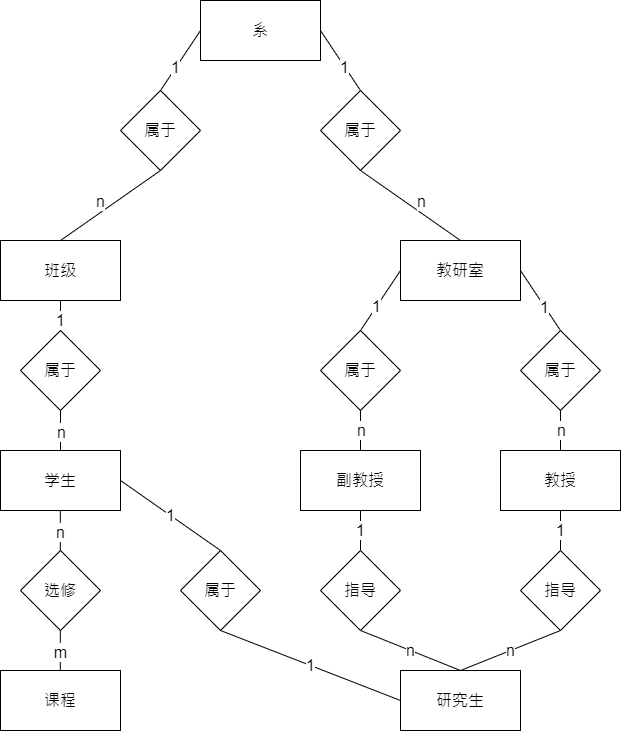
Before: 7.7.drawio.png, a diagram exported from draw.io (VA1ue-0268/-ER-). Source tidied: cells renumbered, new cells last; positions are measured from the earlier drawing's top-left corner, leaving out a move shared by most shapes. Source of this version:
```xml
<mxGraphModel>
  <root>
    <mxCell id="0" />
    <mxCell id="1" parent="0" />
    <mxCell id="2" value="&lt;font style=&quot;font-size: 16px;&quot;&gt;系&lt;/font&gt;" style="rounded=0;whiteSpace=wrap;html=1;" parent="1" vertex="1">
      <mxGeometry x="200" width="120" height="60" as="geometry" />
    </mxCell>
    <mxCell id="3" value="属于" style="rhombus;whiteSpace=wrap;html=1;fontSize=16;" parent="1" vertex="1">
      <mxGeometry x="120" y="90" width="80" height="80" as="geometry" />
    </mxCell>
    <mxCell id="4" value="属于" style="rhombus;whiteSpace=wrap;html=1;fontSize=16;" parent="1" vertex="1">
      <mxGeometry x="320" y="90" width="80" height="80" as="geometry" />
    </mxCell>
    <mxCell id="5" style="endArrow=none;html=1;rounded=0;fontSize=16;entryX=0;entryY=0.5;entryDx=0;entryDy=0;exitX=0.5;exitY=0;exitDx=0;exitDy=0;" parent="1" edge="1" source="3" target="2">
      <mxGeometry relative="1" as="geometry" />
    </mxCell>
    <mxCell id="6" value="1" style="edgeLabel;html=1;align=center;verticalAlign=middle;fontSize=16;" parent="5" vertex="1">
      <mxGeometry x="-0.24" y="1" relative="1" as="geometry" />
    </mxCell>
    <mxCell id="7" style="endArrow=none;html=1;rounded=0;fontSize=16;entryX=1;entryY=0.5;entryDx=0;entryDy=0;exitX=0.5;exitY=0;exitDx=0;exitDy=0;" parent="1" edge="1" source="4" target="2">
      <mxGeometry relative="1" as="geometry" />
    </mxCell>
    <mxCell id="8" value="1" style="edgeLabel;html=1;align=center;verticalAlign=middle;fontSize=16;" parent="7" vertex="1">
      <mxGeometry x="-0.19" y="1" relative="1" as="geometry" />
    </mxCell>
    <mxCell id="9" value="班级" style="rounded=0;whiteSpace=wrap;html=1;fontSize=16;" parent="1" vertex="1">
      <mxGeometry y="240" width="120" height="60" as="geometry" />
    </mxCell>
    <mxCell id="10" style="endArrow=none;html=1;rounded=0;fontSize=16;entryX=0.5;entryY=1;entryDx=0;entryDy=0;exitX=0.5;exitY=0;exitDx=0;exitDy=0;" parent="1" edge="1" source="9" target="3">
      <mxGeometry relative="1" as="geometry" />
    </mxCell>
    <mxCell id="11" value="n" style="edgeLabel;html=1;align=center;verticalAlign=middle;fontSize=16;" parent="10" vertex="1">
      <mxGeometry x="-0.22" relative="1" as="geometry">
        <mxPoint y="-12" as="offset" />
      </mxGeometry>
    </mxCell>
    <mxCell id="12" value="教研室" style="rounded=0;whiteSpace=wrap;html=1;fontSize=16;" parent="1" vertex="1">
      <mxGeometry x="400" y="240" width="120" height="60" as="geometry" />
    </mxCell>
    <mxCell id="13" style="endArrow=none;html=1;rounded=0;fontSize=16;entryX=0.5;entryY=1;entryDx=0;entryDy=0;exitX=0.5;exitY=0;exitDx=0;exitDy=0;" parent="1" edge="1" source="12" target="4">
      <mxGeometry relative="1" as="geometry" />
    </mxCell>
    <mxCell id="14" value="n" style="edgeLabel;html=1;align=center;verticalAlign=middle;fontSize=16;" parent="13" vertex="1">
      <mxGeometry x="-0.22" relative="1" as="geometry">
        <mxPoint y="-12" as="offset" />
      </mxGeometry>
    </mxCell>
    <mxCell id="15" value="1" style="edgeStyle=orthogonalEdgeStyle;rounded=0;jettySize=auto;html=1;exitX=0.5;exitY=1;exitDx=0;exitDy=0;entryX=0.5;entryY=0;entryDx=0;entryDy=0;fontSize=16;endArrow=none;endFill=0;" parent="1" edge="1" source="16" target="48">
      <mxGeometry relative="1" as="geometry" />
    </mxCell>
    <mxCell id="16" value="教授" style="rounded=0;whiteSpace=wrap;html=1;fontSize=16;" parent="1" vertex="1">
      <mxGeometry x="500" y="450" width="120" height="60" as="geometry" />
    </mxCell>
    <mxCell id="17" value="1" style="edgeStyle=orthogonalEdgeStyle;rounded=0;jettySize=auto;html=1;exitX=0.5;exitY=1;exitDx=0;exitDy=0;entryX=0.5;entryY=0;entryDx=0;entryDy=0;fontSize=16;endArrow=none;endFill=0;" parent="1" edge="1" source="18" target="42">
      <mxGeometry relative="1" as="geometry" />
    </mxCell>
    <mxCell id="18" value="副教授" style="rounded=0;whiteSpace=wrap;html=1;fontSize=16;" parent="1" vertex="1">
      <mxGeometry x="300" y="450" width="120" height="60" as="geometry" />
    </mxCell>
    <mxCell id="19" value="属于" style="rhombus;whiteSpace=wrap;html=1;fontSize=16;" parent="1" vertex="1">
      <mxGeometry x="520" y="330" width="80" height="80" as="geometry" />
    </mxCell>
    <mxCell id="20" style="endArrow=none;html=1;rounded=0;fontSize=16;entryX=1;entryY=0.5;entryDx=0;entryDy=0;exitX=0.5;exitY=0;exitDx=0;exitDy=0;" parent="1" edge="1" source="19" target="12">
      <mxGeometry relative="1" as="geometry" />
    </mxCell>
    <mxCell id="21" value="1" style="edgeLabel;html=1;align=center;verticalAlign=middle;fontSize=16;" parent="20" vertex="1">
      <mxGeometry x="-0.19" y="1" relative="1" as="geometry" />
    </mxCell>
    <mxCell id="22" style="endArrow=none;html=1;rounded=0;fontSize=16;entryX=0.5;entryY=1;entryDx=0;entryDy=0;exitX=0.5;exitY=0;exitDx=0;exitDy=0;" parent="1" edge="1" source="16" target="19">
      <mxGeometry relative="1" as="geometry" />
    </mxCell>
    <mxCell id="23" value="n" style="edgeLabel;html=1;align=center;verticalAlign=middle;fontSize=16;" parent="22" vertex="1">
      <mxGeometry x="-0.22" relative="1" as="geometry">
        <mxPoint y="-5" as="offset" />
      </mxGeometry>
    </mxCell>
    <mxCell id="24" value="属于" style="rhombus;whiteSpace=wrap;html=1;fontSize=16;" parent="1" vertex="1">
      <mxGeometry x="320" y="330" width="80" height="80" as="geometry" />
    </mxCell>
    <mxCell id="25" style="endArrow=none;html=1;rounded=0;fontSize=16;entryX=0;entryY=0.5;entryDx=0;entryDy=0;exitX=0.5;exitY=0;exitDx=0;exitDy=0;" parent="1" edge="1" source="24" target="12">
      <mxGeometry relative="1" as="geometry" />
    </mxCell>
    <mxCell id="26" value="1" style="edgeLabel;html=1;align=center;verticalAlign=middle;fontSize=16;" parent="25" vertex="1">
      <mxGeometry x="-0.19" y="1" relative="1" as="geometry" />
    </mxCell>
    <mxCell id="27" style="endArrow=none;html=1;rounded=0;fontSize=16;" parent="1" edge="1" source="18" target="24">
      <mxGeometry relative="1" as="geometry" />
    </mxCell>
    <mxCell id="28" value="n" style="edgeLabel;html=1;align=center;verticalAlign=middle;fontSize=16;" parent="27" vertex="1">
      <mxGeometry x="-0.22" relative="1" as="geometry">
        <mxPoint y="-5" as="offset" />
      </mxGeometry>
    </mxCell>
    <mxCell id="29" style="edgeStyle=orthogonalEdgeStyle;rounded=0;jettySize=auto;html=1;exitX=0.5;exitY=1;exitDx=0;exitDy=0;entryX=0.5;entryY=0;entryDx=0;entryDy=0;fontSize=16;endArrow=none;endFill=0;" parent="1" edge="1" source="31" target="34">
      <mxGeometry relative="1" as="geometry" />
    </mxCell>
    <mxCell id="30" value="n" style="edgeLabel;html=1;align=center;verticalAlign=middle;fontSize=16;" parent="29" vertex="1">
      <mxGeometry x="0.28" y="-1" relative="1" as="geometry">
        <mxPoint x="1" y="-5" as="offset" />
      </mxGeometry>
    </mxCell>
    <mxCell id="31" value="属于" style="rhombus;whiteSpace=wrap;html=1;fontSize=16;" parent="1" vertex="1">
      <mxGeometry x="20" y="330" width="80" height="80" as="geometry" />
    </mxCell>
    <mxCell id="32" style="endArrow=none;html=1;rounded=0;fontSize=16;entryX=0.5;entryY=1;entryDx=0;entryDy=0;exitX=0.5;exitY=0;exitDx=0;exitDy=0;" parent="1" edge="1" source="31" target="9">
      <mxGeometry relative="1" as="geometry" />
    </mxCell>
    <mxCell id="33" value="1" style="edgeLabel;html=1;align=center;verticalAlign=middle;fontSize=16;" parent="32" vertex="1">
      <mxGeometry x="-0.24" y="1" relative="1" as="geometry" />
    </mxCell>
    <mxCell id="34" value="学生" style="rounded=0;whiteSpace=wrap;html=1;fontSize=16;" parent="1" vertex="1">
      <mxGeometry y="450" width="120" height="60" as="geometry" />
    </mxCell>
    <mxCell id="35" value="课程" style="rounded=0;whiteSpace=wrap;html=1;fontSize=16;" parent="1" vertex="1">
      <mxGeometry y="670" width="120" height="60" as="geometry" />
    </mxCell>
    <mxCell id="36" value="选修" style="rhombus;whiteSpace=wrap;html=1;fontSize=16;" parent="1" vertex="1">
      <mxGeometry x="20" y="550" width="80" height="80" as="geometry" />
    </mxCell>
    <mxCell id="37" style="edgeStyle=orthogonalEdgeStyle;rounded=0;orthogonalLoop=1;jettySize=auto;html=1;exitX=0.5;exitY=1;exitDx=0;exitDy=0;entryX=0.5;entryY=0;entryDx=0;entryDy=0;fontSize=16;endArrow=none;endFill=0;" parent="1" edge="1">
      <mxGeometry relative="1" as="geometry">
        <mxPoint x="59.8" y="510" as="sourcePoint" />
        <mxPoint x="59.8" y="550" as="targetPoint" />
      </mxGeometry>
    </mxCell>
    <mxCell id="38" value="n" style="edgeLabel;html=1;align=center;verticalAlign=middle;fontSize=16;" parent="37" vertex="1">
      <mxGeometry x="0.28" y="-1" relative="1" as="geometry">
        <mxPoint x="1" y="-5" as="offset" />
      </mxGeometry>
    </mxCell>
    <mxCell id="39" style="edgeStyle=orthogonalEdgeStyle;rounded=0;orthogonalLoop=1;jettySize=auto;html=1;exitX=0.5;exitY=1;exitDx=0;exitDy=0;entryX=0.5;entryY=0;entryDx=0;entryDy=0;fontSize=16;endArrow=none;endFill=0;" parent="1" edge="1">
      <mxGeometry relative="1" as="geometry">
        <mxPoint x="59.8" y="630" as="sourcePoint" />
        <mxPoint x="59.8" y="670" as="targetPoint" />
      </mxGeometry>
    </mxCell>
    <mxCell id="40" value="m" style="edgeLabel;html=1;align=center;verticalAlign=middle;fontSize=16;" parent="39" vertex="1">
      <mxGeometry x="0.28" y="-1" relative="1" as="geometry">
        <mxPoint x="1" y="-5" as="offset" />
      </mxGeometry>
    </mxCell>
    <mxCell id="41" value="研究生" style="rounded=0;whiteSpace=wrap;html=1;fontSize=16;" parent="1" vertex="1">
      <mxGeometry x="400" y="670" width="120" height="60" as="geometry" />
    </mxCell>
    <mxCell id="42" value="指导" style="rhombus;whiteSpace=wrap;html=1;fontSize=16;" parent="1" vertex="1">
      <mxGeometry x="320" y="550" width="80" height="80" as="geometry" />
    </mxCell>
    <mxCell id="43" value="属于" style="rhombus;whiteSpace=wrap;html=1;fontSize=16;" parent="1" vertex="1">
      <mxGeometry x="180" y="550" width="80" height="80" as="geometry" />
    </mxCell>
    <mxCell id="44" value="1" style="endArrow=none;html=1;rounded=0;fontSize=16;entryX=1;entryY=0.5;entryDx=0;entryDy=0;exitX=0.5;exitY=0;exitDx=0;exitDy=0;" parent="1" edge="1" source="43" target="34">
      <mxGeometry relative="1" as="geometry" />
    </mxCell>
    <mxCell id="45" value="1" style="endArrow=none;html=1;rounded=0;fontSize=16;entryX=0.5;entryY=1;entryDx=0;entryDy=0;exitX=0;exitY=0.5;exitDx=0;exitDy=0;" parent="1" edge="1" source="41" target="43">
      <mxGeometry relative="1" as="geometry" />
    </mxCell>
    <mxCell id="46" value="n" style="endArrow=none;html=1;rounded=0;fontSize=16;entryX=0.5;entryY=1;entryDx=0;entryDy=0;exitX=0.5;exitY=0;exitDx=0;exitDy=0;" parent="1" edge="1" source="41" target="42">
      <mxGeometry relative="1" as="geometry" />
    </mxCell>
    <mxCell id="47" value="n" style="rounded=0;jettySize=auto;html=1;exitX=0.5;exitY=1;exitDx=0;exitDy=0;entryX=0.5;entryY=0;entryDx=0;entryDy=0;fontSize=16;endArrow=none;endFill=0;" parent="1" edge="1" source="48" target="41">
      <mxGeometry relative="1" as="geometry" />
    </mxCell>
    <mxCell id="48" value="指导" style="rhombus;whiteSpace=wrap;html=1;fontSize=16;" parent="1" vertex="1">
      <mxGeometry x="520" y="550" width="80" height="80" as="geometry" />
    </mxCell>
  </root>
</mxGraphModel>
```
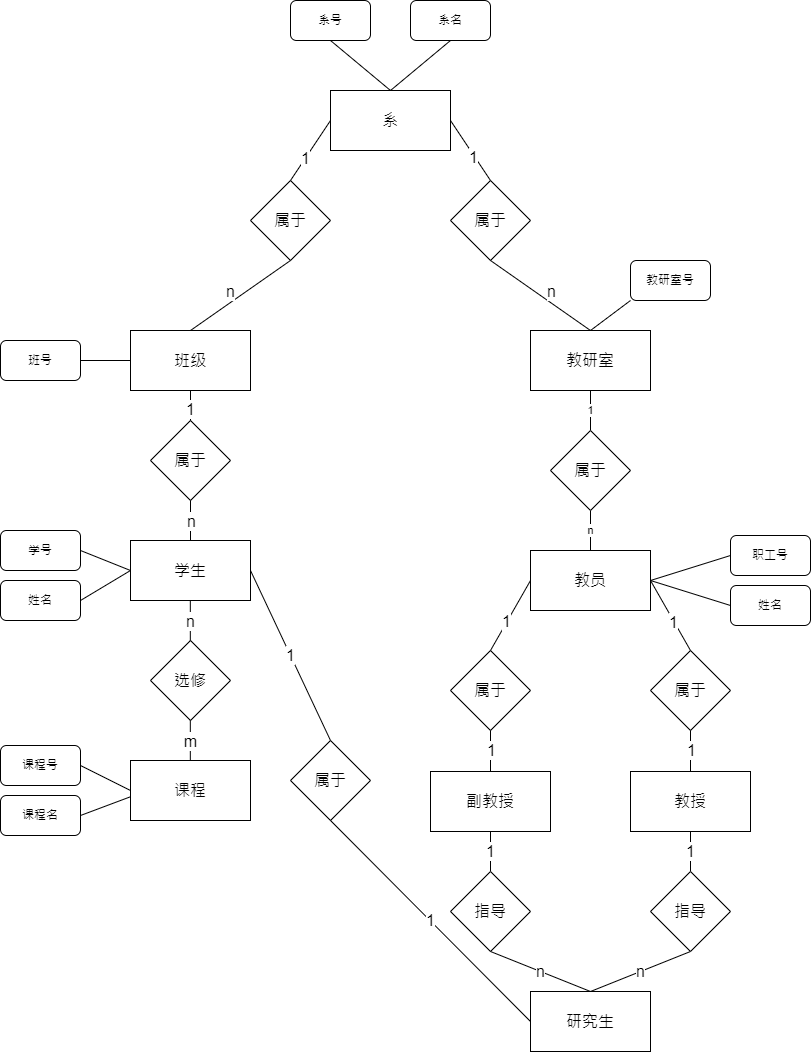
Above is the later version.

Diff of the diagram source:
```diff
@@ -34,6 +34,9 @@
         <mxPoint y="-12" as="offset" />
       </mxGeometry>
     </mxCell>
+    <mxCell id="49" value="1" style="edgeStyle=none;rounded=0;jettySize=auto;html=1;exitX=0.5;exitY=1;exitDx=0;exitDy=0;entryX=0.5;entryY=0;entryDx=0;entryDy=0;endArrow=none;endFill=0;" parent="1" edge="1" source="12" target="68">
+      <mxGeometry relative="1" as="geometry" />
+    </mxCell>
     <mxCell id="12" value="教研室" style="rounded=0;whiteSpace=wrap;html=1;fontSize=16;" parent="1" vertex="1">
       <mxGeometry x="400" y="240" width="120" height="60" as="geometry" />
     </mxCell>
@@ -49,18 +52,18 @@
       <mxGeometry relative="1" as="geometry" />
     </mxCell>
     <mxCell id="16" value="教授" style="rounded=0;whiteSpace=wrap;html=1;fontSize=16;" parent="1" vertex="1">
-      <mxGeometry x="500" y="450" width="120" height="60" as="geometry" />
+      <mxGeometry x="500" y="681" width="120" height="60" as="geometry" />
     </mxCell>
     <mxCell id="17" value="1" style="edgeStyle=orthogonalEdgeStyle;rounded=0;jettySize=auto;html=1;exitX=0.5;exitY=1;exitDx=0;exitDy=0;entryX=0.5;entryY=0;entryDx=0;entryDy=0;fontSize=16;endArrow=none;endFill=0;" parent="1" edge="1" source="18" target="42">
       <mxGeometry relative="1" as="geometry" />
     </mxCell>
     <mxCell id="18" value="副教授" style="rounded=0;whiteSpace=wrap;html=1;fontSize=16;" parent="1" vertex="1">
-      <mxGeometry x="300" y="450" width="120" height="60" as="geometry" />
+      <mxGeometry x="300" y="681" width="120" height="60" as="geometry" />
     </mxCell>
     <mxCell id="19" value="属于" style="rhombus;whiteSpace=wrap;html=1;fontSize=16;" parent="1" vertex="1">
-      <mxGeometry x="520" y="330" width="80" height="80" as="geometry" />
+      <mxGeometry x="520" y="560" width="80" height="80" as="geometry" />
     </mxCell>
-    <mxCell id="20" style="endArrow=none;html=1;rounded=0;fontSize=16;entryX=1;entryY=0.5;entryDx=0;entryDy=0;exitX=0.5;exitY=0;exitDx=0;exitDy=0;" parent="1" edge="1" source="19" target="12">
+    <mxCell id="20" style="endArrow=none;html=1;rounded=0;fontSize=16;entryX=1;entryY=0.5;entryDx=0;entryDy=0;exitX=0.5;exitY=0;exitDx=0;exitDy=0;" parent="1" edge="1" source="19" target="66">
       <mxGeometry relative="1" as="geometry" />
     </mxCell>
     <mxCell id="21" value="1" style="edgeLabel;html=1;align=center;verticalAlign=middle;fontSize=16;" parent="20" vertex="1">
@@ -69,24 +72,24 @@
     <mxCell id="22" style="endArrow=none;html=1;rounded=0;fontSize=16;entryX=0.5;entryY=1;entryDx=0;entryDy=0;exitX=0.5;exitY=0;exitDx=0;exitDy=0;" parent="1" edge="1" source="16" target="19">
       <mxGeometry relative="1" as="geometry" />
     </mxCell>
-    <mxCell id="23" value="n" style="edgeLabel;html=1;align=center;verticalAlign=middle;fontSize=16;" parent="22" vertex="1">
+    <mxCell id="23" value="1" style="edgeLabel;html=1;align=center;verticalAlign=middle;fontSize=16;" parent="22" vertex="1">
       <mxGeometry x="-0.22" relative="1" as="geometry">
         <mxPoint y="-5" as="offset" />
       </mxGeometry>
     </mxCell>
     <mxCell id="24" value="属于" style="rhombus;whiteSpace=wrap;html=1;fontSize=16;" parent="1" vertex="1">
-      <mxGeometry x="320" y="330" width="80" height="80" as="geometry" />
+      <mxGeometry x="320" y="560" width="80" height="80" as="geometry" />
     </mxCell>
-    <mxCell id="25" style="endArrow=none;html=1;rounded=0;fontSize=16;entryX=0;entryY=0.5;entryDx=0;entryDy=0;exitX=0.5;exitY=0;exitDx=0;exitDy=0;" parent="1" edge="1" source="24" target="12">
+    <mxCell id="25" style="endArrow=none;html=1;rounded=0;fontSize=16;entryX=0;entryY=0.5;entryDx=0;entryDy=0;exitX=0.5;exitY=0;exitDx=0;exitDy=0;" parent="1" edge="1" source="24" target="66">
       <mxGeometry relative="1" as="geometry" />
     </mxCell>
     <mxCell id="26" value="1" style="edgeLabel;html=1;align=center;verticalAlign=middle;fontSize=16;" parent="25" vertex="1">
       <mxGeometry x="-0.19" y="1" relative="1" as="geometry" />
     </mxCell>
-    <mxCell id="27" style="endArrow=none;html=1;rounded=0;fontSize=16;" parent="1" edge="1" source="18" target="24">
+    <mxCell id="27" style="endArrow=none;html=1;rounded=0;fontSize=16;entryX=0.5;entryY=1;entryDx=0;entryDy=0;" parent="1" edge="1" source="18" target="24">
       <mxGeometry relative="1" as="geometry" />
     </mxCell>
-    <mxCell id="28" value="n" style="edgeLabel;html=1;align=center;verticalAlign=middle;fontSize=16;" parent="27" vertex="1">
+    <mxCell id="28" value="1" style="edgeLabel;html=1;align=center;verticalAlign=middle;fontSize=16;" parent="27" vertex="1">
       <mxGeometry x="-0.22" relative="1" as="geometry">
         <mxPoint y="-5" as="offset" />
       </mxGeometry>
@@ -140,13 +143,13 @@
       </mxGeometry>
     </mxCell>
     <mxCell id="41" value="研究生" style="rounded=0;whiteSpace=wrap;html=1;fontSize=16;" parent="1" vertex="1">
-      <mxGeometry x="400" y="670" width="120" height="60" as="geometry" />
+      <mxGeometry x="400" y="901" width="120" height="60" as="geometry" />
     </mxCell>
     <mxCell id="42" value="指导" style="rhombus;whiteSpace=wrap;html=1;fontSize=16;" parent="1" vertex="1">
-      <mxGeometry x="320" y="550" width="80" height="80" as="geometry" />
+      <mxGeometry x="320" y="781" width="80" height="80" as="geometry" />
     </mxCell>
     <mxCell id="43" value="属于" style="rhombus;whiteSpace=wrap;html=1;fontSize=16;" parent="1" vertex="1">
-      <mxGeometry x="180" y="550" width="80" height="80" as="geometry" />
+      <mxGeometry x="160" y="650" width="80" height="80" as="geometry" />
     </mxCell>
     <mxCell id="44" value="1" style="endArrow=none;html=1;rounded=0;fontSize=16;entryX=1;entryY=0.5;entryDx=0;entryDy=0;exitX=0.5;exitY=0;exitDx=0;exitDy=0;" parent="1" edge="1" source="43" target="34">
       <mxGeometry relative="1" as="geometry" />
@@ -161,7 +164,76 @@
       <mxGeometry relative="1" as="geometry" />
     </mxCell>
     <mxCell id="48" value="指导" style="rhombus;whiteSpace=wrap;html=1;fontSize=16;" parent="1" vertex="1">
-      <mxGeometry x="520" y="550" width="80" height="80" as="geometry" />
+      <mxGeometry x="520" y="781" width="80" height="80" as="geometry" />
     </mxCell>
+    <mxCell id="50" style="rounded=0;jettySize=auto;html=1;exitX=0.5;exitY=1;exitDx=0;exitDy=0;entryX=0.5;entryY=0;entryDx=0;entryDy=0;endArrow=none;endFill=0;" parent="1" edge="1" source="51" target="2">
+      <mxGeometry relative="1" as="geometry" />
+    </mxCell>
+    <mxCell id="51" value="系号" style="rounded=1;whiteSpace=wrap;html=1;" parent="1" vertex="1">
+      <mxGeometry x="160" y="-90" width="80" height="40" as="geometry" />
+    </mxCell>
+    <mxCell id="52" style="edgeStyle=none;rounded=0;jettySize=auto;html=1;exitX=0.5;exitY=1;exitDx=0;exitDy=0;entryX=0.5;entryY=0;entryDx=0;entryDy=0;endArrow=none;endFill=0;" parent="1" edge="1" source="53" target="2">
+      <mxGeometry relative="1" as="geometry" />
+    </mxCell>
+    <mxCell id="53" value="系名" style="rounded=1;whiteSpace=wrap;html=1;" parent="1" vertex="1">
+      <mxGeometry x="280" y="-90" width="80" height="40" as="geometry" />
+    </mxCell>
+    <mxCell id="54" style="edgeStyle=none;rounded=0;jettySize=auto;html=1;exitX=1;exitY=0.5;exitDx=0;exitDy=0;entryX=0;entryY=0.5;entryDx=0;entryDy=0;endArrow=none;endFill=0;" parent="1" edge="1" source="55" target="9">
+      <mxGeometry relative="1" as="geometry" />
+    </mxCell>
+    <mxCell id="55" value="班号" style="rounded=1;whiteSpace=wrap;html=1;" parent="1" vertex="1">
+      <mxGeometry x="-130" y="250" width="80" height="40" as="geometry" />
+    </mxCell>
+    <mxCell id="56" style="edgeStyle=none;rounded=0;jettySize=auto;html=1;exitX=0;exitY=1;exitDx=0;exitDy=0;entryX=0.5;entryY=0;entryDx=0;entryDy=0;endArrow=none;endFill=0;" parent="1" edge="1" source="57" target="12">
+      <mxGeometry relative="1" as="geometry" />
+    </mxCell>
+    <mxCell id="57" value="教研室号" style="rounded=1;whiteSpace=wrap;html=1;" parent="1" vertex="1">
+      <mxGeometry x="500" y="170" width="80" height="40" as="geometry" />
+    </mxCell>
+    <mxCell id="58" style="edgeStyle=none;rounded=0;jettySize=auto;html=1;exitX=1;exitY=0.5;exitDx=0;exitDy=0;entryX=0;entryY=0.5;entryDx=0;entryDy=0;endArrow=none;endFill=0;" parent="1" edge="1" source="59" target="34">
+      <mxGeometry relative="1" as="geometry" />
+    </mxCell>
+    <mxCell id="59" value="学号" style="rounded=1;whiteSpace=wrap;html=1;" parent="1" vertex="1">
+      <mxGeometry x="-130" y="440" width="80" height="40" as="geometry" />
+    </mxCell>
+    <mxCell id="60" style="edgeStyle=none;rounded=0;jettySize=auto;html=1;exitX=1;exitY=0.5;exitDx=0;exitDy=0;entryX=0;entryY=0.5;entryDx=0;entryDy=0;endArrow=none;endFill=0;" parent="1" edge="1" source="61" target="34">
+      <mxGeometry relative="1" as="geometry" />
+    </mxCell>
+    <mxCell id="61" value="姓名" style="rounded=1;whiteSpace=wrap;html=1;" parent="1" vertex="1">
+      <mxGeometry x="-130" y="490" width="80" height="40" as="geometry" />
+    </mxCell>
+    <mxCell id="62" style="edgeStyle=none;rounded=0;jettySize=auto;html=1;exitX=1;exitY=0.5;exitDx=0;exitDy=0;entryX=0;entryY=0.5;entryDx=0;entryDy=0;endArrow=none;endFill=0;" parent="1" edge="1" source="63" target="35">
+      <mxGeometry relative="1" as="geometry" />
+    </mxCell>
+    <mxCell id="63" value="课程号" style="rounded=1;whiteSpace=wrap;html=1;" parent="1" vertex="1">
+      <mxGeometry x="-130" y="655" width="80" height="40" as="geometry" />
+    </mxCell>
+    <mxCell id="64" style="edgeStyle=none;rounded=0;jettySize=auto;html=1;exitX=1;exitY=0.5;exitDx=0;exitDy=0;entryX=-0.005;entryY=0.608;entryDx=0;entryDy=0;entryPerimeter=0;endArrow=none;endFill=0;" parent="1" edge="1" source="65" target="35">
+      <mxGeometry relative="1" as="geometry" />
+    </mxCell>
+    <mxCell id="65" value="课程名" style="rounded=1;whiteSpace=wrap;html=1;" parent="1" vertex="1">
+      <mxGeometry x="-130" y="705" width="80" height="40" as="geometry" />
+    </mxCell>
+    <mxCell id="66" value="教员" style="rounded=0;whiteSpace=wrap;html=1;fontSize=16;" parent="1" vertex="1">
+      <mxGeometry x="400" y="460" width="120" height="60" as="geometry" />
+    </mxCell>
+    <mxCell id="67" value="n" style="edgeStyle=none;rounded=0;jettySize=auto;html=1;exitX=0.5;exitY=1;exitDx=0;exitDy=0;entryX=0.5;entryY=0;entryDx=0;entryDy=0;endArrow=none;endFill=0;" parent="1" edge="1" source="68" target="66">
+      <mxGeometry relative="1" as="geometry" />
+    </mxCell>
+    <mxCell id="68" value="属于" style="rhombus;whiteSpace=wrap;html=1;fontSize=16;" parent="1" vertex="1">
+      <mxGeometry x="420" y="340" width="80" height="80" as="geometry" />
+    </mxCell>
+    <mxCell id="69" style="edgeStyle=none;rounded=0;jettySize=auto;html=1;exitX=0;exitY=0.5;exitDx=0;exitDy=0;entryX=1;entryY=0.5;entryDx=0;entryDy=0;endArrow=none;endFill=0;" parent="1" edge="1" source="70" target="66">
+      <mxGeometry relative="1" as="geometry" />
+    </mxCell>
+    <mxCell id="70" value="职工号" style="rounded=1;whiteSpace=wrap;html=1;" parent="1" vertex="1">
+      <mxGeometry x="600" y="445" width="80" height="40" as="geometry" />
+    </mxCell>
+    <mxCell id="71" style="edgeStyle=none;rounded=0;jettySize=auto;html=1;exitX=0;exitY=0.5;exitDx=0;exitDy=0;entryX=1;entryY=0.5;entryDx=0;entryDy=0;endArrow=none;endFill=0;" parent="1" edge="1" source="72" target="66">
+      <mxGeometry relative="1" as="geometry" />
+    </mxCell>
+    <mxCell id="72" value="姓名" style="rounded=1;whiteSpace=wrap;html=1;" parent="1" vertex="1">
+      <mxGeometry x="600" y="495" width="80" height="40" as="geometry" />
+    </mxCell>
   </root>
 </mxGraphModel>
```
